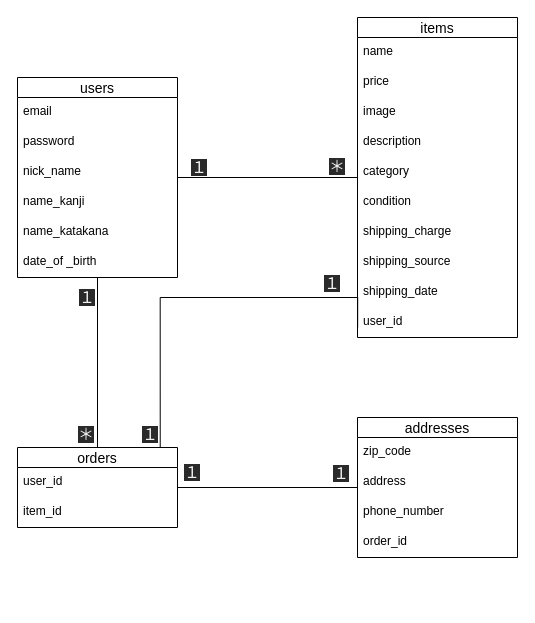
Earlier version of the draw.io diagram ER.dio (mokamokononono/furima-34267). Source tidied: cells renumbered, new cells numbered last; positions are measured from the earlier drawing's top-left corner, leaving out a move shared by most shapes. Both pictures are drawn from the tidied source at 100%, with x=0, y=0 at pixel (17, 17).
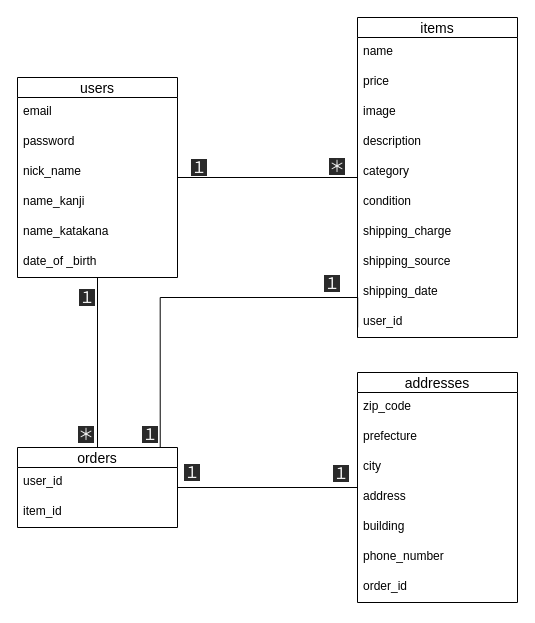
Above is the later version.

Commit message (it also covers changes not shown here):
ER図とREADMEの修正

・READMEのActiveStrageカラム記述の削除
・ActiveHashに関わるカラムの型をinteger型に修正
・その他不足カラムの追加
　・氏名の苗字と名前の分離
　・配送先住所の都道府県、市区町村、番地などを分離

Change to the diagram source:
```diff
@@
     <mxCell id="33" value="addresses" style="swimlane;fontStyle=0;horizontal=1;startSize=20;align=center;fontSize=14;" parent="1" vertex="1">
-      <mxGeometry x="340" y="400" width="160" height="140" as="geometry" />
+      <mxGeometry x="340" y="355" width="160" height="230" as="geometry" />
     </mxCell>
@@
+    <mxCell id="40" value="prefecture" style="text;strokeColor=none;fillColor=none;spacingLeft=4;spacingRight=4;overflow=hidden;fontSize=12;" parent="33" vertex="1">
+      <mxGeometry y="50" width="160" height="30" as="geometry" />
+    </mxCell>
+    <mxCell id="41" value="city" style="text;strokeColor=none;fillColor=none;spacingLeft=4;spacingRight=4;overflow=hidden;fontSize=12;" parent="33" vertex="1">
+      <mxGeometry y="80" width="160" height="30" as="geometry" />
+    </mxCell>
     <mxCell id="35" value="address" style="text;strokeColor=none;fillColor=none;spacingLeft=4;spacingRight=4;overflow=hidden;fontSize=12;" parent="33" vertex="1">
-      <mxGeometry y="50" width="160" height="30" as="geometry" />
+      <mxGeometry y="110" width="160" height="30" as="geometry" />
     </mxCell>
+    <mxCell id="42" value="building" style="text;strokeColor=none;fillColor=none;spacingLeft=4;spacingRight=4;overflow=hidden;fontSize=12;" parent="33" vertex="1">
+      <mxGeometry y="140" width="160" height="30" as="geometry" />
+    </mxCell>
     <mxCell id="36" value="phone_number" style="text;strokeColor=none;fillColor=none;spacingLeft=4;spacingRight=4;overflow=hidden;fontSize=12;" parent="33" vertex="1">
-      <mxGeometry y="80" width="160" height="30" as="geometry" />
+      <mxGeometry y="170" width="160" height="30" as="geometry" />
     </mxCell>
     <mxCell id="37" value="order_id" style="text;strokeColor=none;fillColor=none;spacingLeft=4;spacingRight=4;overflow=hidden;fontSize=12;" parent="33" vertex="1">
-      <mxGeometry y="110" width="160" height="30" as="geometry" />
+      <mxGeometry y="200" width="160" height="30" as="geometry" />
     </mxCell>
```
